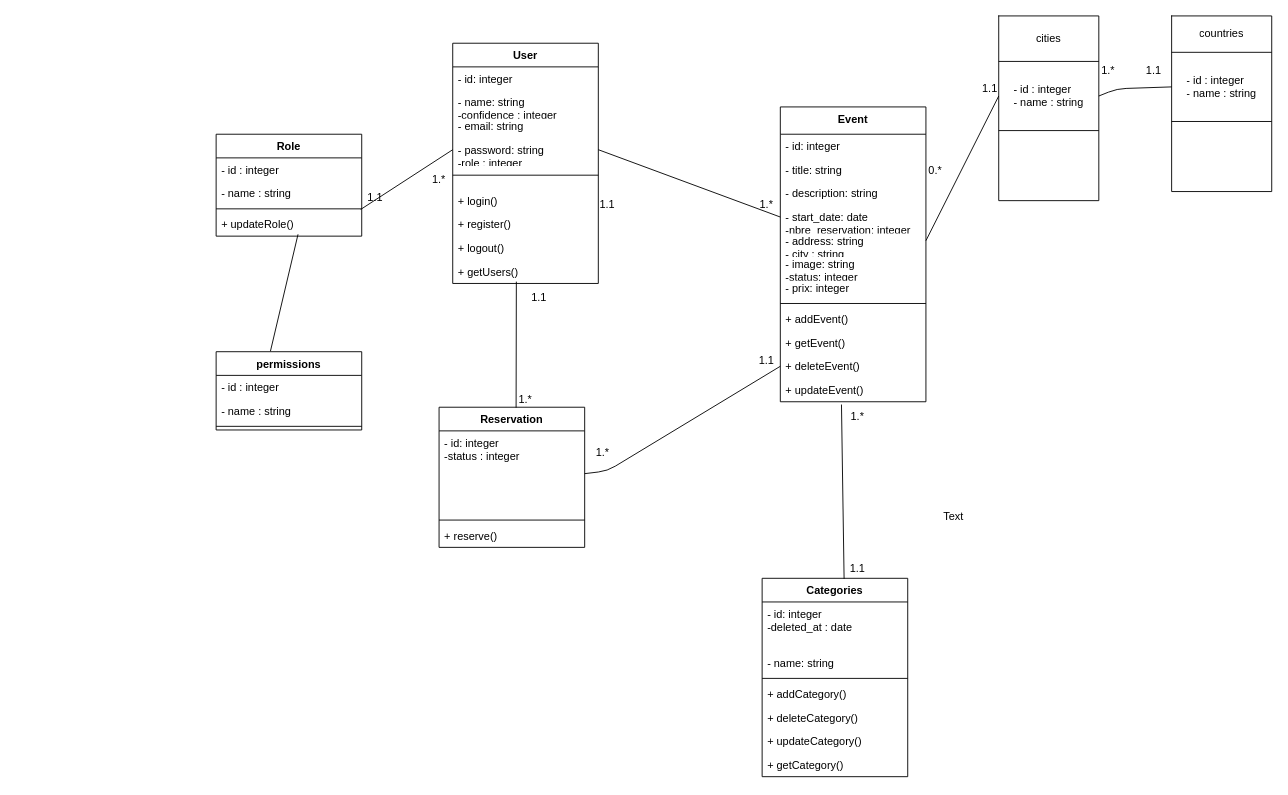
Earlier version of the draw.io diagram DiagrammeDeClasses.drawio (SOUFIANE-BOUSHABA/EVENTO). Source tidied: cells renumbered, new cells numbered last; positions are measured from the earlier drawing's top-left corner, leaving out a move shared by most shapes. Both pictures are drawn from the tidied source at 91%, with x=0, y=0 at pixel (216, 15).
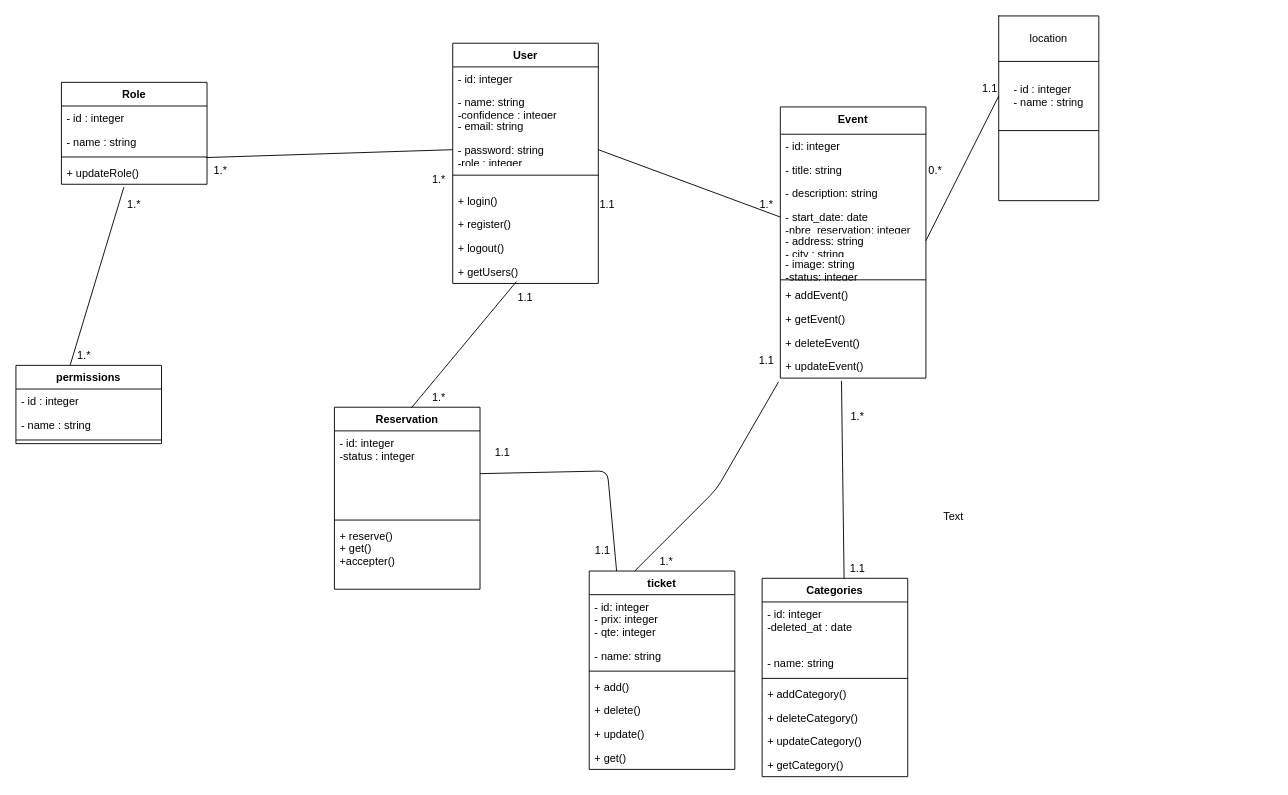
The same diagram, later.

Unchanged cells that the change refers to:
```xml
<mxCell id="34" value="- id: integer&#10;-status : integer" style="text;strokeColor=none;fillColor=none;align=left;verticalAlign=top;spacingLeft=4;spacingRight=4;overflow=hidden;points=[[0,0.5],[1,0.5]];portConstraint=eastwest;" parent="33" vertex="1">
  <mxGeometry y="26" width="160" height="94" as="geometry" />
</mxCell>
<mxCell id="51" value="+ updateRole()" style="text;strokeColor=none;fillColor=none;align=left;verticalAlign=top;spacingLeft=4;spacingRight=4;overflow=hidden;points=[[0,0.5],[1,0.5]];portConstraint=eastwest;" parent="47" vertex="1">
  <mxGeometry y="86" width="160" height="26" as="geometry" />
</mxCell>
<mxCell id="59" style="shape=tableRow;horizontal=0;startSize=0;swimlaneHead=0;swimlaneBody=0;top=0;left=0;bottom=0;right=0;fillColor=none;" parent="58" vertex="1">
  <mxGeometry width="110" height="50" as="geometry" />
</mxCell>
<mxCell id="61" style="shape=tableRow;horizontal=0;startSize=0;swimlaneHead=0;swimlaneBody=0;top=0;left=0;bottom=0;right=0;fillColor=none;points=[[0,0.5],[1,0.5]];portConstraint=eastwest;" parent="58" vertex="1">
  <mxGeometry y="50" width="110" height="76" as="geometry" />
</mxCell>
```

Diff of the diagram source:
```diff
@@
     <mxCell id="12" value="Event" style="swimlane;fontStyle=1;align=center;verticalAlign=top;horizontal=1;startSize=30;" parent="1" vertex="1">
-      <mxGeometry x="620" y="100" width="160" height="324" as="geometry" />
+      <mxGeometry x="620" y="100" width="160" height="298" as="geometry" />
     </mxCell>
@@
-    <mxCell id="19" value="- prix: integer" style="text;strokeColor=none;fillColor=none;align=left;verticalAlign=top;spacingLeft=4;spacingRight=4;overflow=hidden;" parent="12" vertex="1">
-      <mxGeometry y="186" width="160" height="26" as="geometry" />
-    </mxCell>
     <mxCell id="20" style="line;strokeWidth=1;fillColor=none;align=left;verticalAlign=middle;spacingTop=-1;spacingLeft=3;spacingRight=3;labelPosition=right;strokeColor=inherit;" parent="12" vertex="1">
-      <mxGeometry y="212" width="160" height="8" as="geometry" />
+      <mxGeometry y="186" width="160" height="8" as="geometry" />
     </mxCell>
     <mxCell id="21" value="+ addEvent()" style="text;strokeColor=none;fillColor=none;align=left;verticalAlign=top;spacingLeft=4;spacingRight=4;overflow=hidden;" parent="12" vertex="1">
-      <mxGeometry y="220" width="160" height="26" as="geometry" />
+      <mxGeometry y="194" width="160" height="26" as="geometry" />
     </mxCell>
     <mxCell id="22" value="+ getEvent()" style="text;strokeColor=none;fillColor=none;align=left;verticalAlign=top;spacingLeft=4;spacingRight=4;overflow=hidden;" parent="12" vertex="1">
-      <mxGeometry y="246" width="160" height="26" as="geometry" />
+      <mxGeometry y="220" width="160" height="26" as="geometry" />
     </mxCell>
     <mxCell id="23" value="+ deleteEvent()" style="text;strokeColor=none;fillColor=none;align=left;verticalAlign=top;spacingLeft=4;spacingRight=4;overflow=hidden;points=[[0,0.5],[1,0.5]];portConstraint=eastwest;" parent="12" vertex="1">
-      <mxGeometry y="272" width="160" height="26" as="geometry" />
+      <mxGeometry y="246" width="160" height="26" as="geometry" />
     </mxCell>
     <mxCell id="24" value="+ updateEvent()" style="text;strokeColor=none;fillColor=none;align=left;verticalAlign=top;spacingLeft=4;spacingRight=4;overflow=hidden;points=[[0,0.5],[1,0.5]];portConstraint=eastwest;" parent="12" vertex="1">
-      <mxGeometry y="298" width="160" height="26" as="geometry" />
+      <mxGeometry y="272" width="160" height="26" as="geometry" />
     </mxCell>
@@
     <mxCell id="33" value="Reservation" style="swimlane;fontStyle=1;align=center;verticalAlign=top;horizontal=1;startSize=26;" parent="1" vertex="1">
-      <mxGeometry x="245" y="430" width="160" height="154" as="geometry" />
+      <mxGeometry x="130" y="430" width="160" height="200" as="geometry" />
     </mxCell>
@@
-    <mxCell id="36" value="+ reserve()" style="text;strokeColor=none;fillColor=none;align=left;verticalAlign=top;spacingLeft=4;spacingRight=4;overflow=hidden;" parent="33" vertex="1">
-      <mxGeometry y="128" width="160" height="26" as="geometry" />
+    <mxCell id="36" value="+ reserve()&#10;+ get()&#10;+accepter()" style="text;strokeColor=none;fillColor=none;align=left;verticalAlign=top;spacingLeft=4;spacingRight=4;overflow=hidden;" parent="33" vertex="1">
+      <mxGeometry y="128" width="160" height="72" as="geometry" />
     </mxCell>
@@
-    <mxCell id="44" style="endArrow=none;html=1;exitX=1;exitY=0.5;exitDx=0;exitDy=0;entryX=0;entryY=0.5;entryDx=0;entryDy=0;" parent="1" edge="1" source="34" target="23">
+    <mxCell id="44" style="endArrow=none;html=1;exitX=1;exitY=0.5;exitDx=0;exitDy=0;entryX=0.188;entryY=0;entryDx=0;entryDy=0;entryPerimeter=0;" parent="1" edge="1" source="34" target="83">
       <mxGeometry relative="1" as="geometry">
         <Array as="points">
           <mxPoint x="430" y="500" />
         </Array>
       </mxGeometry>
     </mxCell>
-    <mxCell id="45" value="1.*" style="text;html=1;strokeColor=none;fillColor=none;align=center;verticalAlign=middle;whiteSpace=wrap;rounded=0;" parent="1" vertex="1">
-      <mxGeometry x="400" y="470" width="50" height="20" as="geometry" />
+    <mxCell id="45" value="1.1" style="text;html=1;strokeColor=none;fillColor=none;align=center;verticalAlign=middle;whiteSpace=wrap;rounded=0;" parent="1" vertex="1">
+      <mxGeometry x="290" y="470" width="50" height="20" as="geometry" />
     </mxCell>
@@
     <mxCell id="47" value="Role" style="swimlane;fontStyle=1;align=center;verticalAlign=top;horizontal=1;startSize=26;" parent="1" vertex="1">
-      <mxGeometry y="130" width="160" height="112" as="geometry" />
+      <mxGeometry x="-170" y="73" width="160" height="112" as="geometry" />
     </mxCell>
@@
     <mxCell id="54" value="1.*" style="text;html=1;strokeColor=none;fillColor=none;align=center;verticalAlign=middle;whiteSpace=wrap;rounded=0;" parent="1" vertex="1">
-      <mxGeometry x="315" y="412" width="50" height="20" as="geometry" />
+      <mxGeometry x="220" y="410" width="50" height="20" as="geometry" />
     </mxCell>
     <mxCell id="55" value="1.1" style="text;html=1;strokeColor=none;fillColor=none;align=center;verticalAlign=middle;whiteSpace=wrap;rounded=0;" parent="1" vertex="1">
-      <mxGeometry x="330" y="300" width="50" height="20" as="geometry" />
+      <mxGeometry x="315" y="300" width="50" height="20" as="geometry" />
     </mxCell>
-    <mxCell id="56" value="1.1" style="text;html=1;strokeColor=none;fillColor=none;align=center;verticalAlign=middle;whiteSpace=wrap;rounded=0;" parent="1" vertex="1">
-      <mxGeometry x="150" y="190" width="50" height="20" as="geometry" />
+    <mxCell id="56" value="1.*" style="text;html=1;strokeColor=none;fillColor=none;align=center;verticalAlign=middle;whiteSpace=wrap;rounded=0;" parent="1" vertex="1">
+      <mxGeometry x="-20" y="160" width="50" height="20" as="geometry" />
     </mxCell>
@@
-    <mxCell id="60" value="cities" style="shape=partialRectangle;html=1;whiteSpace=wrap;overflow=hidden;fillColor=none;top=0;left=0;bottom=0;right=0;" parent="59" vertex="1">
+    <mxCell id="60" value="location" style="shape=partialRectangle;html=1;whiteSpace=wrap;overflow=hidden;fillColor=none;top=0;left=0;bottom=0;right=0;" parent="59" vertex="1">
       <mxGeometry width="110" height="50" as="geometry" />
     </mxCell>
@@
-    <mxCell id="65" style="shape=table;startSize=0;childLayout=tableLayout;" parent="1" vertex="1">
-      <mxGeometry x="1050" width="110" height="193" as="geometry" />
-    </mxCell>
-    <mxCell id="66" style="shape=tableRow;horizontal=0;startSize=0;swimlaneHead=0;swimlaneBody=0;top=0;left=0;bottom=0;right=0;fillColor=none;" parent="65" vertex="1">
-      <mxGeometry width="110" height="40" as="geometry" />
-    </mxCell>
-    <mxCell id="67" value="countries&lt;br&gt;" style="shape=partialRectangle;html=1;whiteSpace=wrap;overflow=hidden;fillColor=none;top=0;left=0;bottom=0;right=0;" parent="66" vertex="1">
-      <mxGeometry width="110" height="40" as="geometry" />
-    </mxCell>
-    <mxCell id="68" style="shape=tableRow;horizontal=0;startSize=0;swimlaneHead=0;swimlaneBody=0;top=0;left=0;bottom=0;right=0;fillColor=none;points=[[0,0.5],[1,0.5]];portConstraint=eastwest;" parent="65" vertex="1">
-      <mxGeometry y="40" width="110" height="76" as="geometry" />
-    </mxCell>
-    <mxCell id="69" value="&lt;div style=&quot;text-align: left;&quot;&gt;&lt;span style=&quot;background-color: initial;&quot;&gt;- id : integer&lt;/span&gt;&lt;/div&gt;&lt;div style=&quot;text-align: left;&quot;&gt;&lt;span style=&quot;background-color: initial;&quot;&gt;- name : string&lt;/span&gt;&lt;/div&gt;" style="shape=partialRectangle;html=1;whiteSpace=wrap;overflow=hidden;fillColor=none;top=0;left=0;bottom=0;right=0;" parent="68" vertex="1">
-      <mxGeometry width="110" height="76" as="geometry" />
-    </mxCell>
-    <mxCell id="70" style="shape=tableRow;horizontal=0;startSize=0;swimlaneHead=0;swimlaneBody=0;top=0;left=0;bottom=0;right=0;fillColor=none;" parent="65" vertex="1">
-      <mxGeometry y="116" width="110" height="77" as="geometry" />
-    </mxCell>
-    <mxCell id="71" style="shape=partialRectangle;html=1;whiteSpace=wrap;overflow=hidden;fillColor=none;top=0;left=0;bottom=0;right=0;" parent="70" vertex="1">
-      <mxGeometry width="110" height="77" as="geometry" />
-    </mxCell>
@@
-    <mxCell id="73" style="endArrow=none;html=1;exitX=1;exitY=0.5;exitDx=0;exitDy=0;entryX=0;entryY=0.5;entryDx=0;entryDy=0;" parent="1" edge="1" source="61" target="68">
-      <mxGeometry relative="1" as="geometry">
-        <Array as="points">
-          <mxPoint x="990" y="80" />
-        </Array>
-      </mxGeometry>
-    </mxCell>
     <mxCell id="74" value="permissions" style="swimlane;fontStyle=1;align=center;verticalAlign=top;horizontal=1;startSize=26;" parent="1" vertex="1">
-      <mxGeometry y="369" width="160" height="86" as="geometry" />
+      <mxGeometry x="-220" y="384" width="160" height="86" as="geometry" />
     </mxCell>
@@
-    <mxCell id="78" style="endArrow=none;html=1;exitX=0.373;exitY=-0.006;exitDx=0;exitDy=0;startArrow=none;exitPerimeter=0;" parent="1" edge="1" source="74">
-      <mxGeometry relative="1" as="geometry">
-        <mxPoint x="90" y="240" as="targetPoint" />
-      </mxGeometry>
+    <mxCell id="78" style="endArrow=none;html=1;exitX=0.373;exitY=-0.006;exitDx=0;exitDy=0;startArrow=none;exitPerimeter=0;entryX=0.429;entryY=1.118;entryDx=0;entryDy=0;entryPerimeter=0;" parent="1" edge="1" source="74" target="51">
+      <mxGeometry relative="1" as="geometry" />
     </mxCell>
-    <mxCell id="79" value="1.1" style="text;html=1;align=center;verticalAlign=middle;strokeColor=none;fillColor=none;" parent="1" vertex="1">
-      <mxGeometry x="1010" y="45" width="40" height="30" as="geometry" />
-    </mxCell>
-    <mxCell id="80" value="1.*" style="text;html=1;align=center;verticalAlign=middle;strokeColor=none;fillColor=none;" parent="1" vertex="1">
-      <mxGeometry x="960" y="45" width="40" height="30" as="geometry" />
-    </mxCell>
@@
+    <mxCell id="83" value="ticket" style="swimlane;fontStyle=1;align=center;verticalAlign=top;horizontal=1;startSize=26;" parent="1" vertex="1">
+      <mxGeometry x="410" y="610" width="160" height="218" as="geometry" />
+    </mxCell>
+    <mxCell id="84" value="- id: integer&#10;- prix: integer&#10;- qte: integer" style="text;strokeColor=none;fillColor=none;align=left;verticalAlign=top;spacingLeft=4;spacingRight=4;overflow=hidden;" parent="83" vertex="1">
+      <mxGeometry y="26" width="160" height="54" as="geometry" />
+    </mxCell>
+    <mxCell id="85" value="- name: string" style="text;strokeColor=none;fillColor=none;align=left;verticalAlign=top;spacingLeft=4;spacingRight=4;overflow=hidden;" parent="83" vertex="1">
+      <mxGeometry y="80" width="160" height="26" as="geometry" />
+    </mxCell>
+    <mxCell id="86" style="line;strokeWidth=1;fillColor=none;align=left;verticalAlign=middle;spacingTop=-1;spacingLeft=3;spacingRight=3;labelPosition=right;strokeColor=inherit;" parent="83" vertex="1">
+      <mxGeometry y="106" width="160" height="8" as="geometry" />
+    </mxCell>
+    <mxCell id="87" value="+ add()" style="text;strokeColor=none;fillColor=none;align=left;verticalAlign=top;spacingLeft=4;spacingRight=4;overflow=hidden;" parent="83" vertex="1">
+      <mxGeometry y="114" width="160" height="26" as="geometry" />
+    </mxCell>
+    <mxCell id="88" value="+ delete()" style="text;strokeColor=none;fillColor=none;align=left;verticalAlign=top;spacingLeft=4;spacingRight=4;overflow=hidden;" parent="83" vertex="1">
+      <mxGeometry y="140" width="160" height="26" as="geometry" />
+    </mxCell>
+    <mxCell id="89" value="+ update()" style="text;strokeColor=none;fillColor=none;align=left;verticalAlign=top;spacingLeft=4;spacingRight=4;overflow=hidden;" parent="83" vertex="1">
+      <mxGeometry y="166" width="160" height="26" as="geometry" />
+    </mxCell>
+    <mxCell id="90" value="+ get()" style="text;strokeColor=none;fillColor=none;align=left;verticalAlign=top;spacingLeft=4;spacingRight=4;overflow=hidden;" parent="83" vertex="1">
+      <mxGeometry y="192" width="160" height="26" as="geometry" />
+    </mxCell>
+    <mxCell id="91" style="endArrow=none;html=1;exitX=-0.012;exitY=1.156;exitDx=0;exitDy=0;exitPerimeter=0;" parent="1" edge="1" source="24">
+      <mxGeometry relative="1" as="geometry">
+        <mxPoint x="460" y="610" as="targetPoint" />
+        <Array as="points">
+          <mxPoint x="550" y="520" />
+        </Array>
+      </mxGeometry>
+    </mxCell>
+    <mxCell id="92" value="1.*" style="text;html=1;strokeColor=none;fillColor=none;align=center;verticalAlign=middle;whiteSpace=wrap;rounded=0;" parent="1" vertex="1">
+      <mxGeometry x="470" y="590" width="50" height="20" as="geometry" />
+    </mxCell>
+    <mxCell id="79" value="1.1" style="text;html=1;strokeColor=none;fillColor=none;align=center;verticalAlign=middle;whiteSpace=wrap;rounded=0;" parent="1" vertex="1">
+      <mxGeometry x="400" y="578" width="50" height="20" as="geometry" />
+    </mxCell>
+    <mxCell id="93" value="1.*" style="text;html=1;strokeColor=none;fillColor=none;align=center;verticalAlign=middle;whiteSpace=wrap;rounded=0;" parent="1" vertex="1">
+      <mxGeometry x="-115" y="198" width="50" height="20" as="geometry" />
+    </mxCell>
+    <mxCell id="94" value="1.*" style="text;html=1;strokeColor=none;fillColor=none;align=center;verticalAlign=middle;whiteSpace=wrap;rounded=0;" parent="1" vertex="1">
+      <mxGeometry x="-170" y="364" width="50" height="20" as="geometry" />
+    </mxCell>
```
